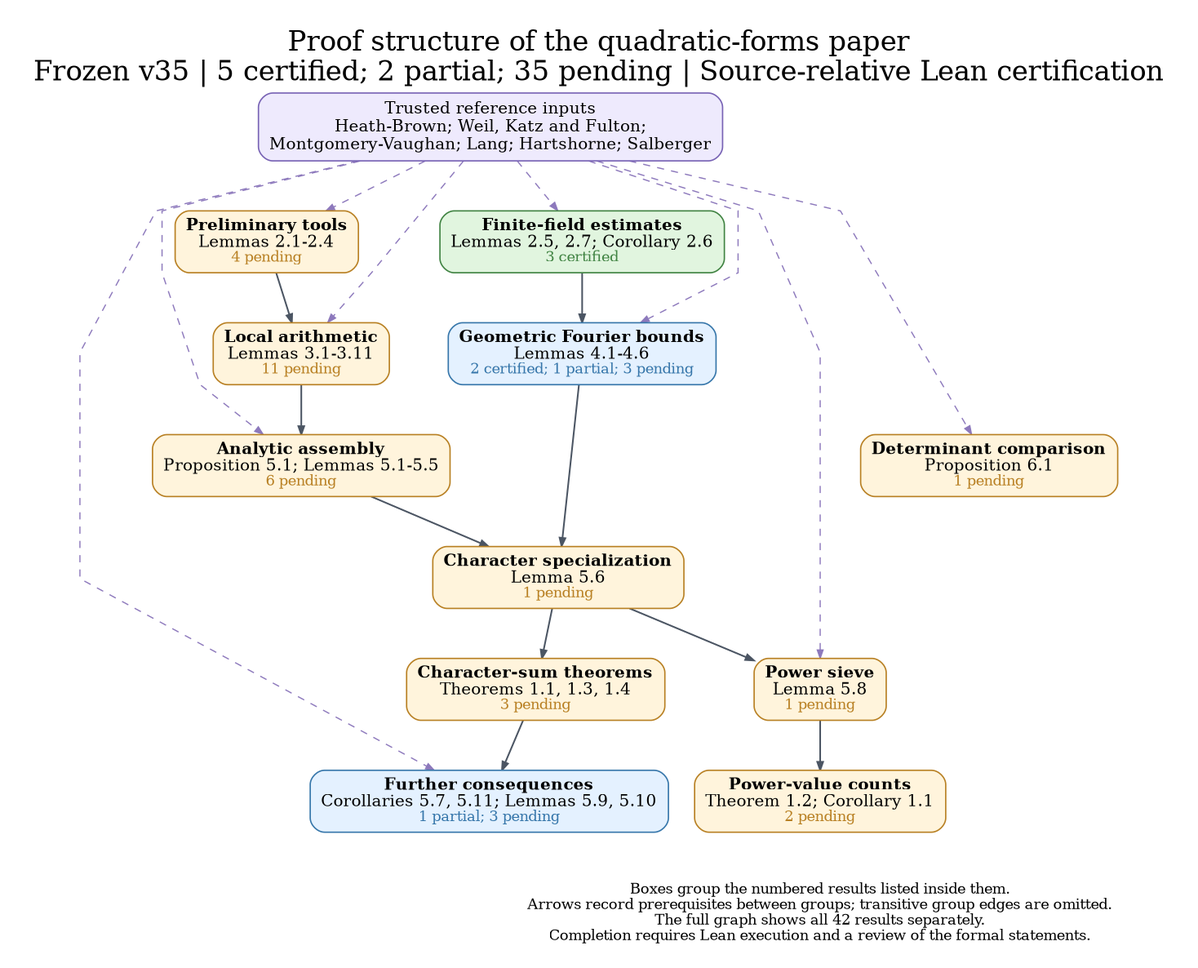
The Graphviz diagram docs/dependency_overview.png in nicolasrobles/quaternary-quadratic-forms, before a commit. Its source is kept beside it as docs/dependency_overview.dot.
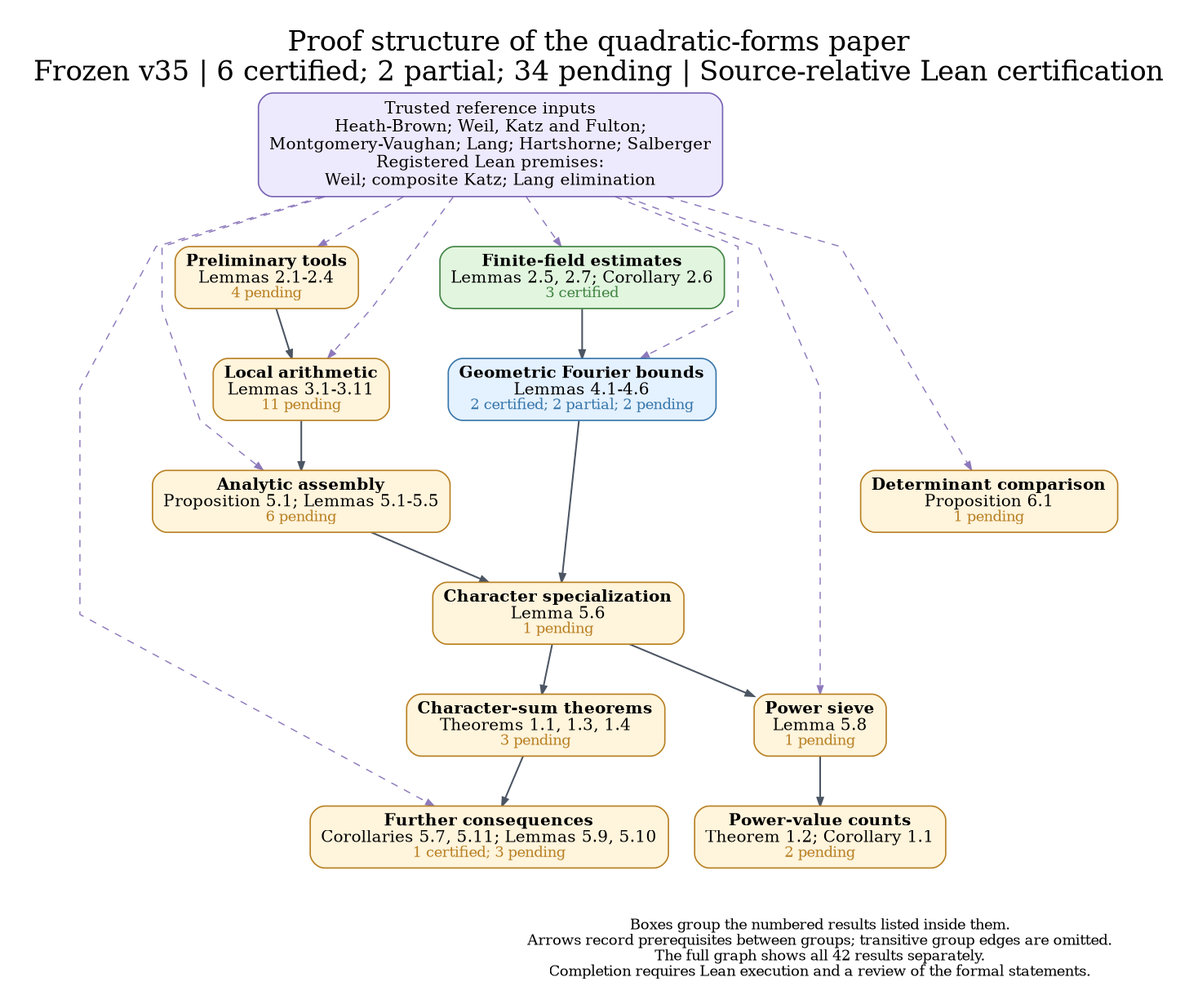
The same diagram one commit later.

What changed in the source:
```diff
@@ -1,20 +1,20 @@
 digraph Overview {
 graph [rankdir=TB, newrank=true, compound=true, outputorder=edgesfirst,
   bgcolor="white", fontname="DejaVu Serif", fontsize=23, labelloc=t,
-  label="Proof structure of the quadratic-forms paper\nFrozen v35 | 5 certified; 2 partial; 35 pending | Source-relative Lean certification",
+  label="Proof structure of the quadratic-forms paper\nFrozen v35 | 6 certified; 2 partial; 34 pending | Source-relative Lean certification",
   nodesep=0.30, ranksep=0.58, pad=0.28, splines=polyline];
 node [shape=box, style="rounded,filled", fillcolor="#fff4dc", color="#b88023",
   fontname="DejaVu Serif", fontsize=14, penwidth=1.15, margin="0.12,0.09"];
 edge [color="#4b5563", arrowsize=0.70, penwidth=1.05];
-sources [label="Trusted reference inputs\nHeath-Brown; Weil, Katz and Fulton;\nMontgomery-Vaughan; Lang; Hartshorne; Salberger", fillcolor="#eeeafd", color="#7762b4", fontsize=14];
+sources [label="Trusted reference inputs\nHeath-Brown; Weil, Katz and Fulton;\nMontgomery-Vaughan; Lang; Hartshorne; Salberger\nRegistered Lean premises:\nWeil; composite Katz; Lang elimination", fillcolor="#eeeafd", color="#7762b4", fontsize=14];
 "prelim" [label=<<B>Preliminary tools</B><BR/>Lemmas 2.1-2.4<BR/><FONT POINT-SIZE="12" COLOR="#b88023">4 pending</FONT>>, fillcolor="#fff4dc", color="#b88023", URL="https://github.com/nicolasrobles/quaternary-quadratic-forms/blob/main/INVENTORY.md", target="_blank"];
 "finite" [label=<<B>Finite-field estimates</B><BR/>Lemmas 2.5, 2.7; Corollary 2.6<BR/><FONT POINT-SIZE="12" COLOR="#408342">3 certified</FONT>>, fillcolor="#e1f5df", color="#408342", URL="https://github.com/nicolasrobles/quaternary-quadratic-forms/blob/main/INVENTORY.md", target="_blank"];
 "local" [label=<<B>Local arithmetic</B><BR/>Lemmas 3.1-3.11<BR/><FONT POINT-SIZE="12" COLOR="#b88023">11 pending</FONT>>, fillcolor="#fff4dc", color="#b88023", URL="https://github.com/nicolasrobles/quaternary-quadratic-forms/blob/main/INVENTORY.md", target="_blank"];
-"fourier" [label=<<B>Geometric Fourier bounds</B><BR/>Lemmas 4.1-4.6<BR/><FONT POINT-SIZE="12" COLOR="#3676aa">2 certified; 1 partial; 3 pending</FONT>>, fillcolor="#e4f1ff", color="#3676aa", URL="https://github.com/nicolasrobles/quaternary-quadratic-forms/blob/main/INVENTORY.md", target="_blank"];
+"fourier" [label=<<B>Geometric Fourier bounds</B><BR/>Lemmas 4.1-4.6<BR/><FONT POINT-SIZE="12" COLOR="#3676aa">2 certified; 2 partial; 2 pending</FONT>>, fillcolor="#e4f1ff", color="#3676aa", URL="https://github.com/nicolasrobles/quaternary-quadratic-forms/blob/main/INVENTORY.md", target="_blank"];
 "analytic" [label=<<B>Analytic assembly</B><BR/>Proposition 5.1; Lemmas 5.1-5.5<BR/><FONT POINT-SIZE="12" COLOR="#b88023">6 pending</FONT>>, fillcolor="#fff4dc", color="#b88023", URL="https://github.com/nicolasrobles/quaternary-quadratic-forms/blob/main/INVENTORY.md", target="_blank"];
 "characters" [label=<<B>Character specialization</B><BR/>Lemma 5.6<BR/><FONT POINT-SIZE="12" COLOR="#b88023">1 pending</FONT>>, fillcolor="#fff4dc", color="#b88023", URL="https://github.com/nicolasrobles/quaternary-quadratic-forms/blob/main/INVENTORY.md", target="_blank"];
 "sieve" [label=<<B>Power sieve</B><BR/>Lemma 5.8<BR/><FONT POINT-SIZE="12" COLOR="#b88023">1 pending</FONT>>, fillcolor="#fff4dc", color="#b88023", URL="https://github.com/nicolasrobles/quaternary-quadratic-forms/blob/main/INVENTORY.md", target="_blank"];
-"consequences" [label=<<B>Further consequences</B><BR/>Corollaries 5.7, 5.11; Lemmas 5.9, 5.10<BR/><FONT POINT-SIZE="12" COLOR="#3676aa">1 partial; 3 pending</FONT>>, fillcolor="#e4f1ff", color="#3676aa", URL="https://github.com/nicolasrobles/quaternary-quadratic-forms/blob/main/INVENTORY.md", target="_blank"];
+"consequences" [label=<<B>Further consequences</B><BR/>Corollaries 5.7, 5.11; Lemmas 5.9, 5.10<BR/><FONT POINT-SIZE="12" COLOR="#b88023">1 certified; 3 pending</FONT>>, fillcolor="#fff4dc", color="#b88023", URL="https://github.com/nicolasrobles/quaternary-quadratic-forms/blob/main/INVENTORY.md", target="_blank"];
 "maincharacters" [label=<<B>Character-sum theorems</B><BR/>Theorems 1.1, 1.3, 1.4<BR/><FONT POINT-SIZE="12" COLOR="#b88023">3 pending</FONT>>, fillcolor="#fff4dc", color="#b88023", URL="https://github.com/nicolasrobles/quaternary-quadratic-forms/blob/main/INVENTORY.md", target="_blank"];
 "mainpowers" [label=<<B>Power-value counts</B><BR/>Theorem 1.2; Corollary 1.1<BR/><FONT POINT-SIZE="12" COLOR="#b88023">2 pending</FONT>>, fillcolor="#fff4dc", color="#b88023", URL="https://github.com/nicolasrobles/quaternary-quadratic-forms/blob/main/INVENTORY.md", target="_blank"];
 "fixed" [label=<<B>Determinant comparison</B><BR/>Proposition 6.1<BR/><FONT POINT-SIZE="12" COLOR="#b88023">1 pending</FONT>>, fillcolor="#fff4dc", color="#b88023", URL="https://github.com/nicolasrobles/quaternary-quadratic-forms/blob/main/INVENTORY.md", target="_blank"];
```
